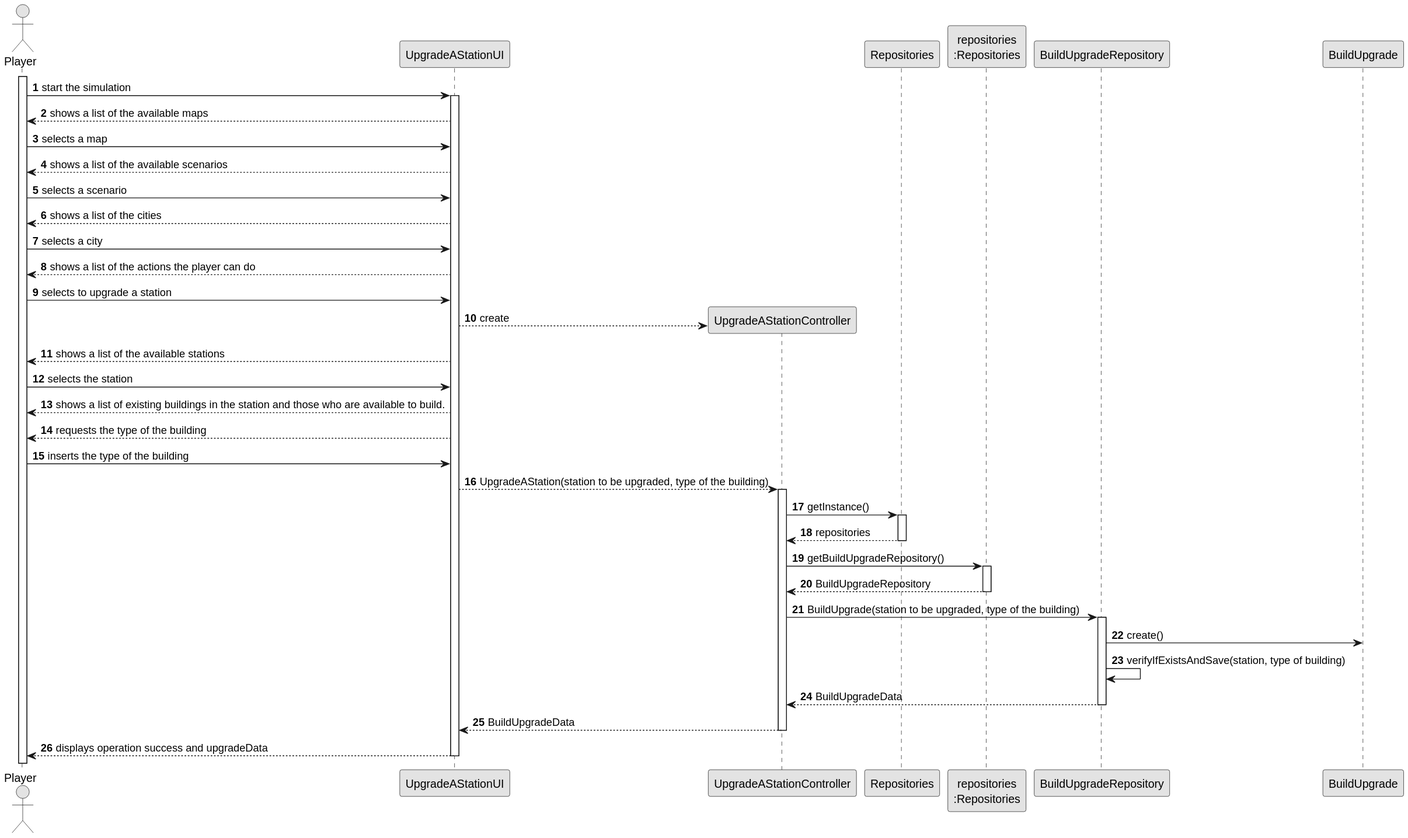
Before: docs/sprint2/us006/03.design/svg/us006-sequence-diagram-full.svg, a diagram exported from PlantUML (ivasduarte/all-aboard).
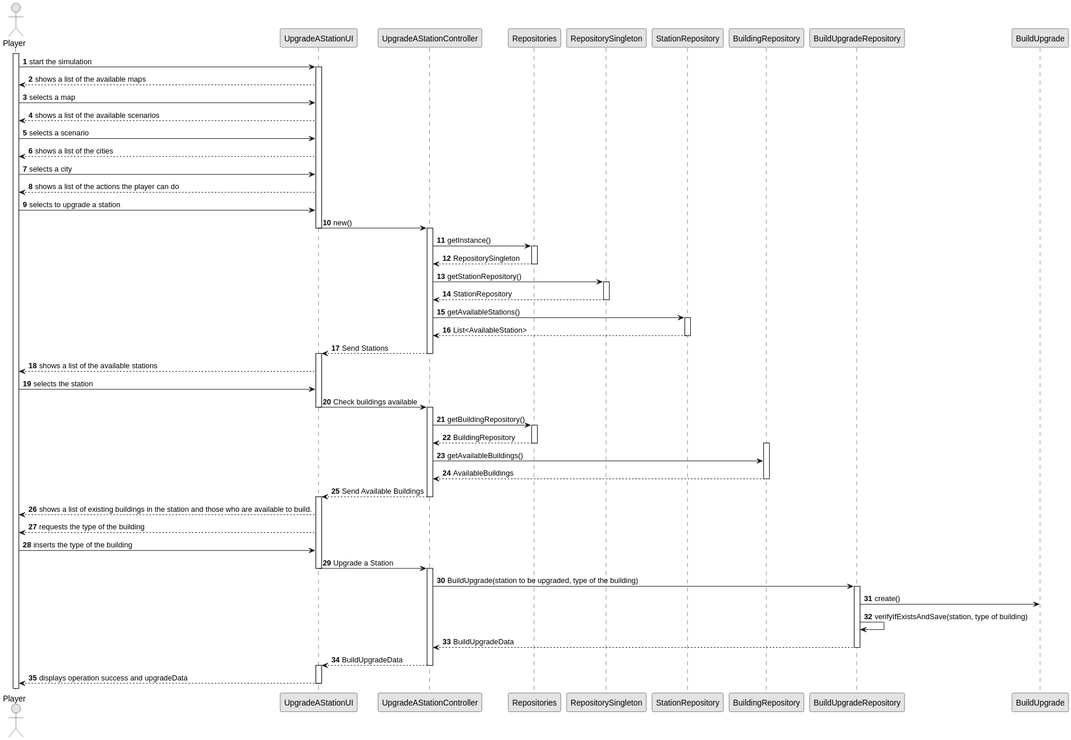
After the commit.

Commit message:
US006 (docs): Temporary full sequence diagram

a serious review is needed

What changed in the source:
```diff
@@ -7,6 +7,7 @@
 
 actor "Player" as Editor
 participant "UpgradeAStationUI" as UI
+participant "UpgradeAStationController" as CTRL
 
 activate Editor
 
@@ -22,44 +23,77 @@
 UI --> Editor : shows a list of the actions the player can do
 Editor -> UI : selects to upgrade a station
 
-create "UpgradeAStationController" as CTRL
-UI --> CTRL : create
 
-participant "Repositories" as RepositorySingleton
-participant "repositories\n:Repositories" as PLAT
+UI -> CTRL : new()
+deactivate UI
+activate CTRL
+
+CTRL -> Repositories : getInstance()
+activate Repositories
+
+Repositories --> CTRL : RepositorySingleton
+deactivate Repositories
+
+CTRL -> RepositorySingleton : getStationRepository()
+activate RepositorySingleton
+
+RepositorySingleton --> CTRL : StationRepository
+deactivate RepositorySingleton
+
+participant "StationRepository" as Station_REPO
+
+CTRL -> Station_REPO : getAvailableStations()
+activate Station_REPO
+
+Station_REPO --> CTRL : List<AvailableStation>
+deactivate Station_REPO
+
+CTRL --> UI : Send Stations
+
+deactivate CTRL
+activate UI
 
 UI --> Editor : shows a list of the available stations
 Editor -> UI : selects the station
+UI -> CTRL : Check buildings available
+deactivate UI
+
+activate CTRL
+
+CTRL -> Repositories : getBuildingRepository()
+activate Repositories
+
+Repositories --> CTRL : BuildingRepository
+deactivate Repositories
+
+participant "BuildingRepository" as Station_BUILD
+activate Station_BUILD
+CTRL -> Station_BUILD : getAvailableBuildings()
+Station_BUILD --> CTRL : AvailableBuildings
+deactivate Station_BUILD
+CTRL --> UI: Send Available Buildings
+deactivate CTRL
+
+activate UI
 UI --> Editor : shows a list of existing buildings in the station and those who are available to build.
 UI --> Editor : requests the type of the building
 Editor -> UI : inserts the type of the building
+UI -> CTRL : Upgrade a Station
+deactivate UI
 
+participant "BuildUpgradeRepository" as Station_UPG
+activate CTRL
+CTRL -> Station_UPG : BuildUpgrade(station to be upgraded, type of the building)
+activate Station_UPG
 
-UI --> CTRL : UpgradeAStation(station to be upgraded, type of the building)
-activate CTRL
-
-CTRL -> RepositorySingleton : getInstance()
-activate RepositorySingleton
-RepositorySingleton --> CTRL : repositories
-deactivate RepositorySingleton
-
-CTRL -> PLAT : getBuildUpgradeRepository()
-activate PLAT
-PLAT --> CTRL : BuildUpgradeRepository
-deactivate PLAT
-
-CTRL -> BuildUpgradeRepository : BuildUpgrade(station to be upgraded, type of the building)
-activate BuildUpgradeRepository
-
-create "BuildUpgradeRepository\n:BuildUpgradeRepository" as BuildUpgradeRepository
-BuildUpgradeRepository -> BuildUpgrade : create()
-BuildUpgradeRepository -> BuildUpgradeRepository : verifyIfExistsAndSave(station, type of building)
-
-BuildUpgradeRepository --> CTRL : BuildUpgradeData
-deactivate BuildUpgradeRepository
+Station_UPG -> BuildUpgrade : create()
+Station_UPG -> Station_UPG : verifyIfExistsAndSave(station, type of building)
+Station_UPG --> CTRL : BuildUpgradeData
+deactivate Station_UPG
 
 CTRL --> UI : BuildUpgradeData
 deactivate CTRL
+activate UI
 
 UI --> Editor : displays operation success and upgradeData
 deactivate UI
```
